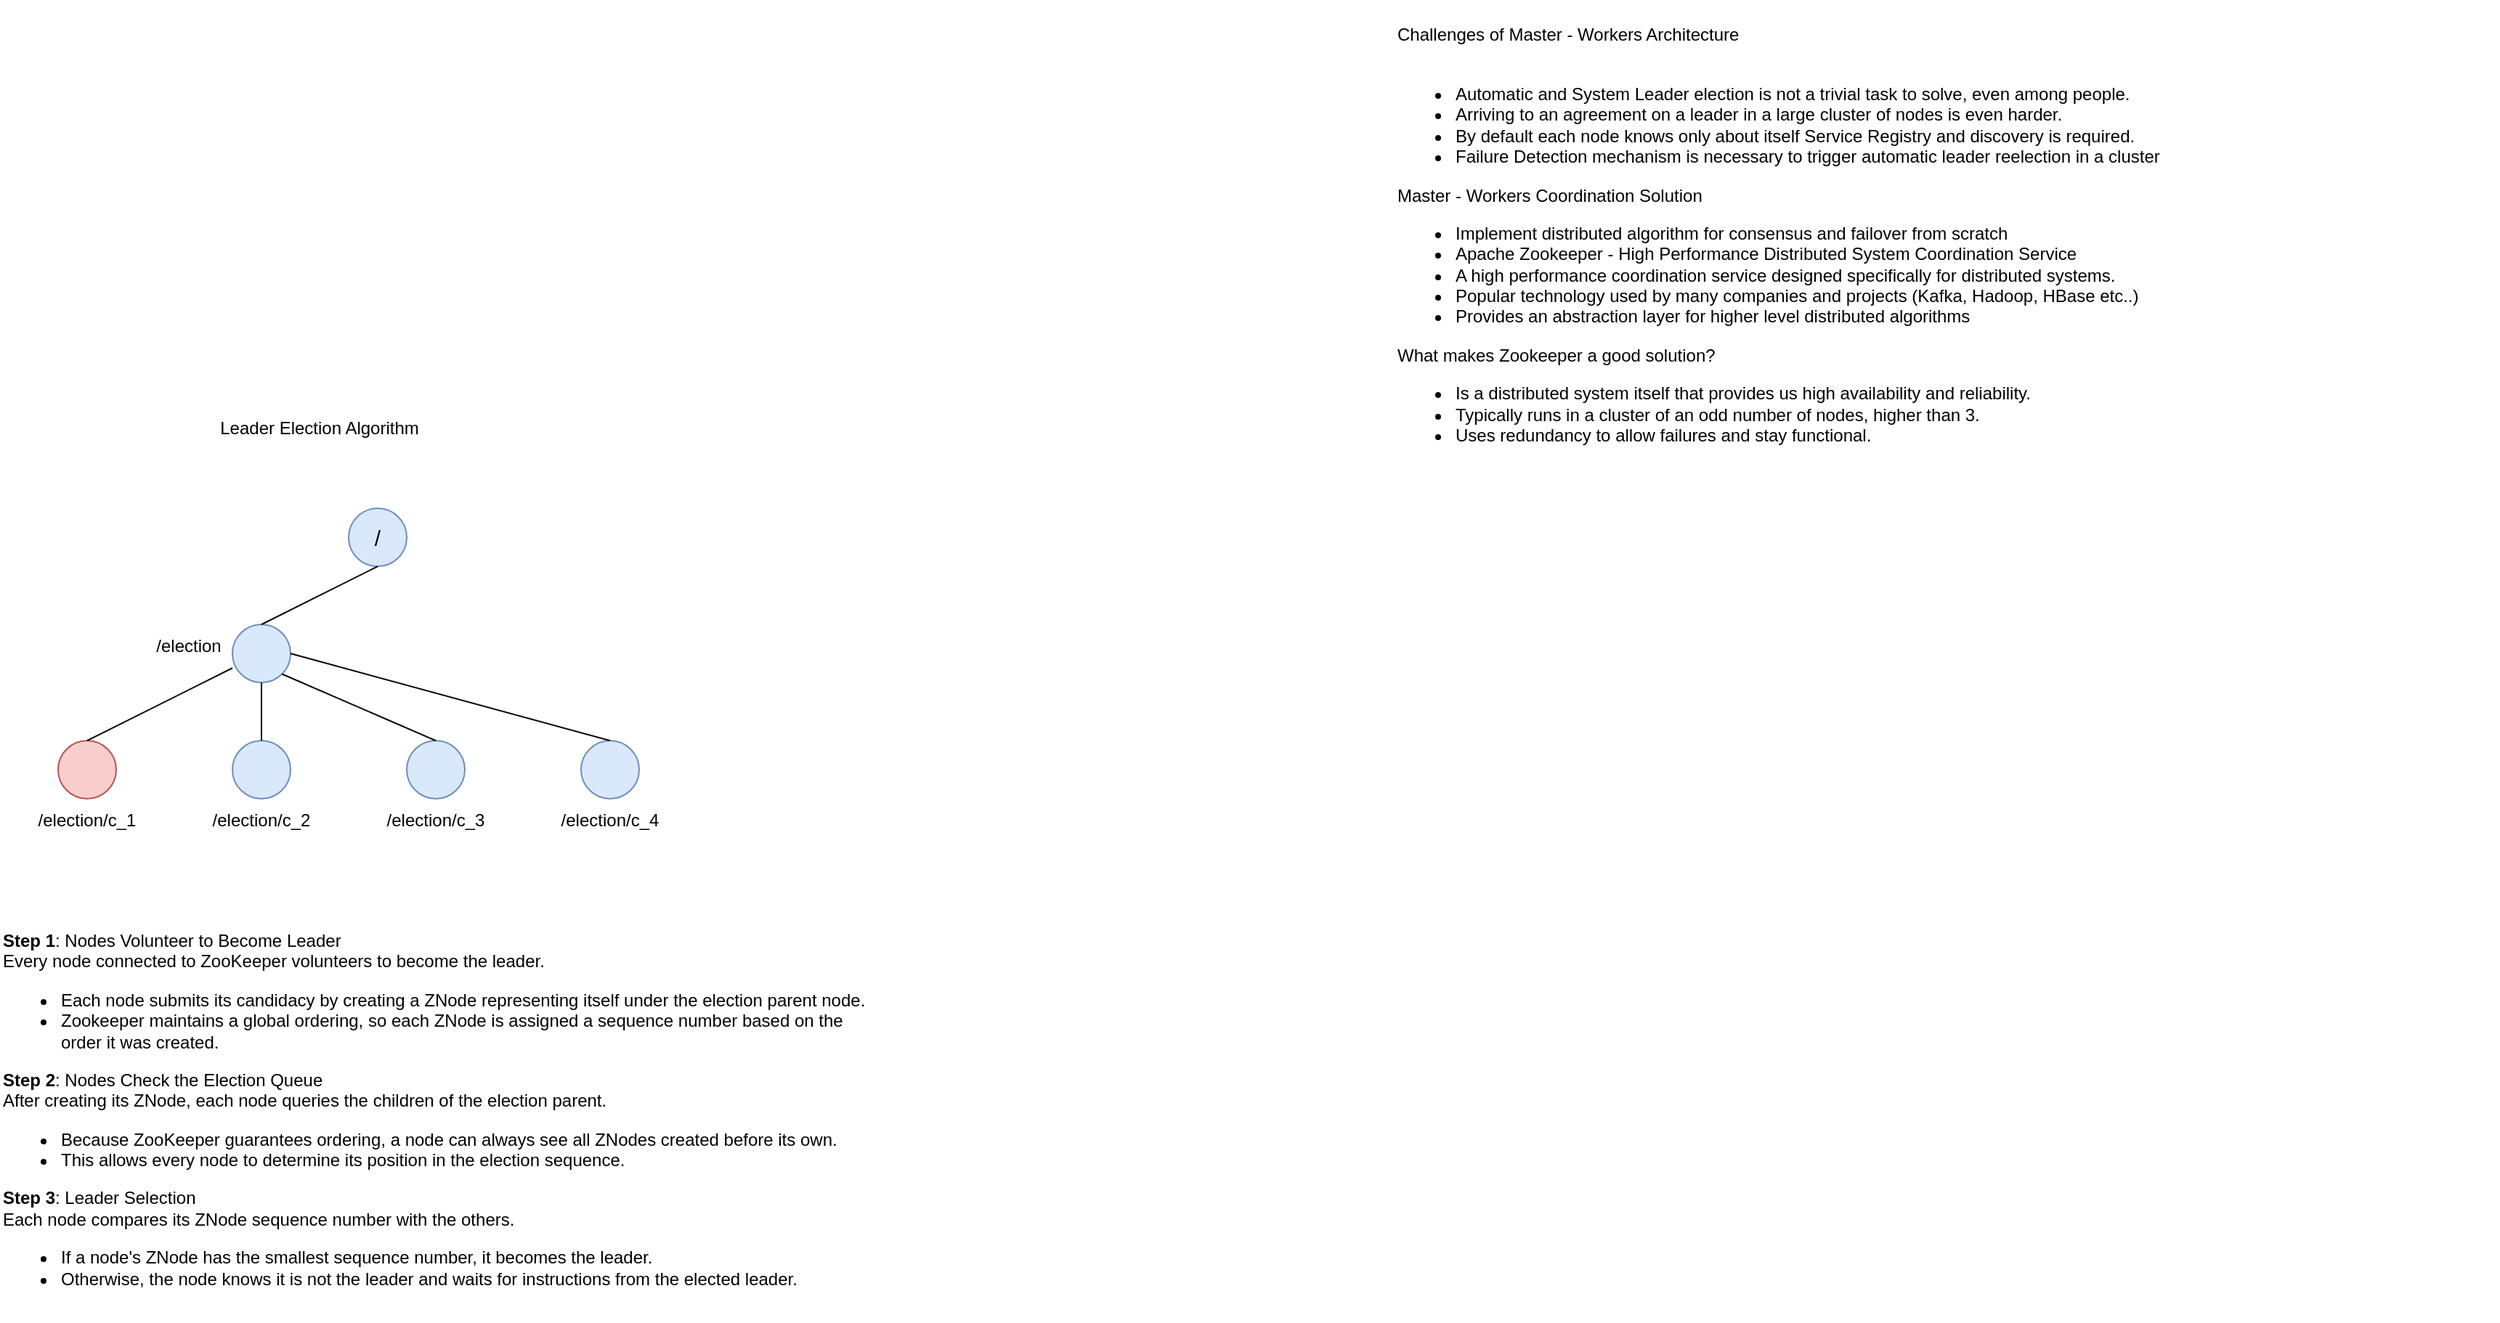
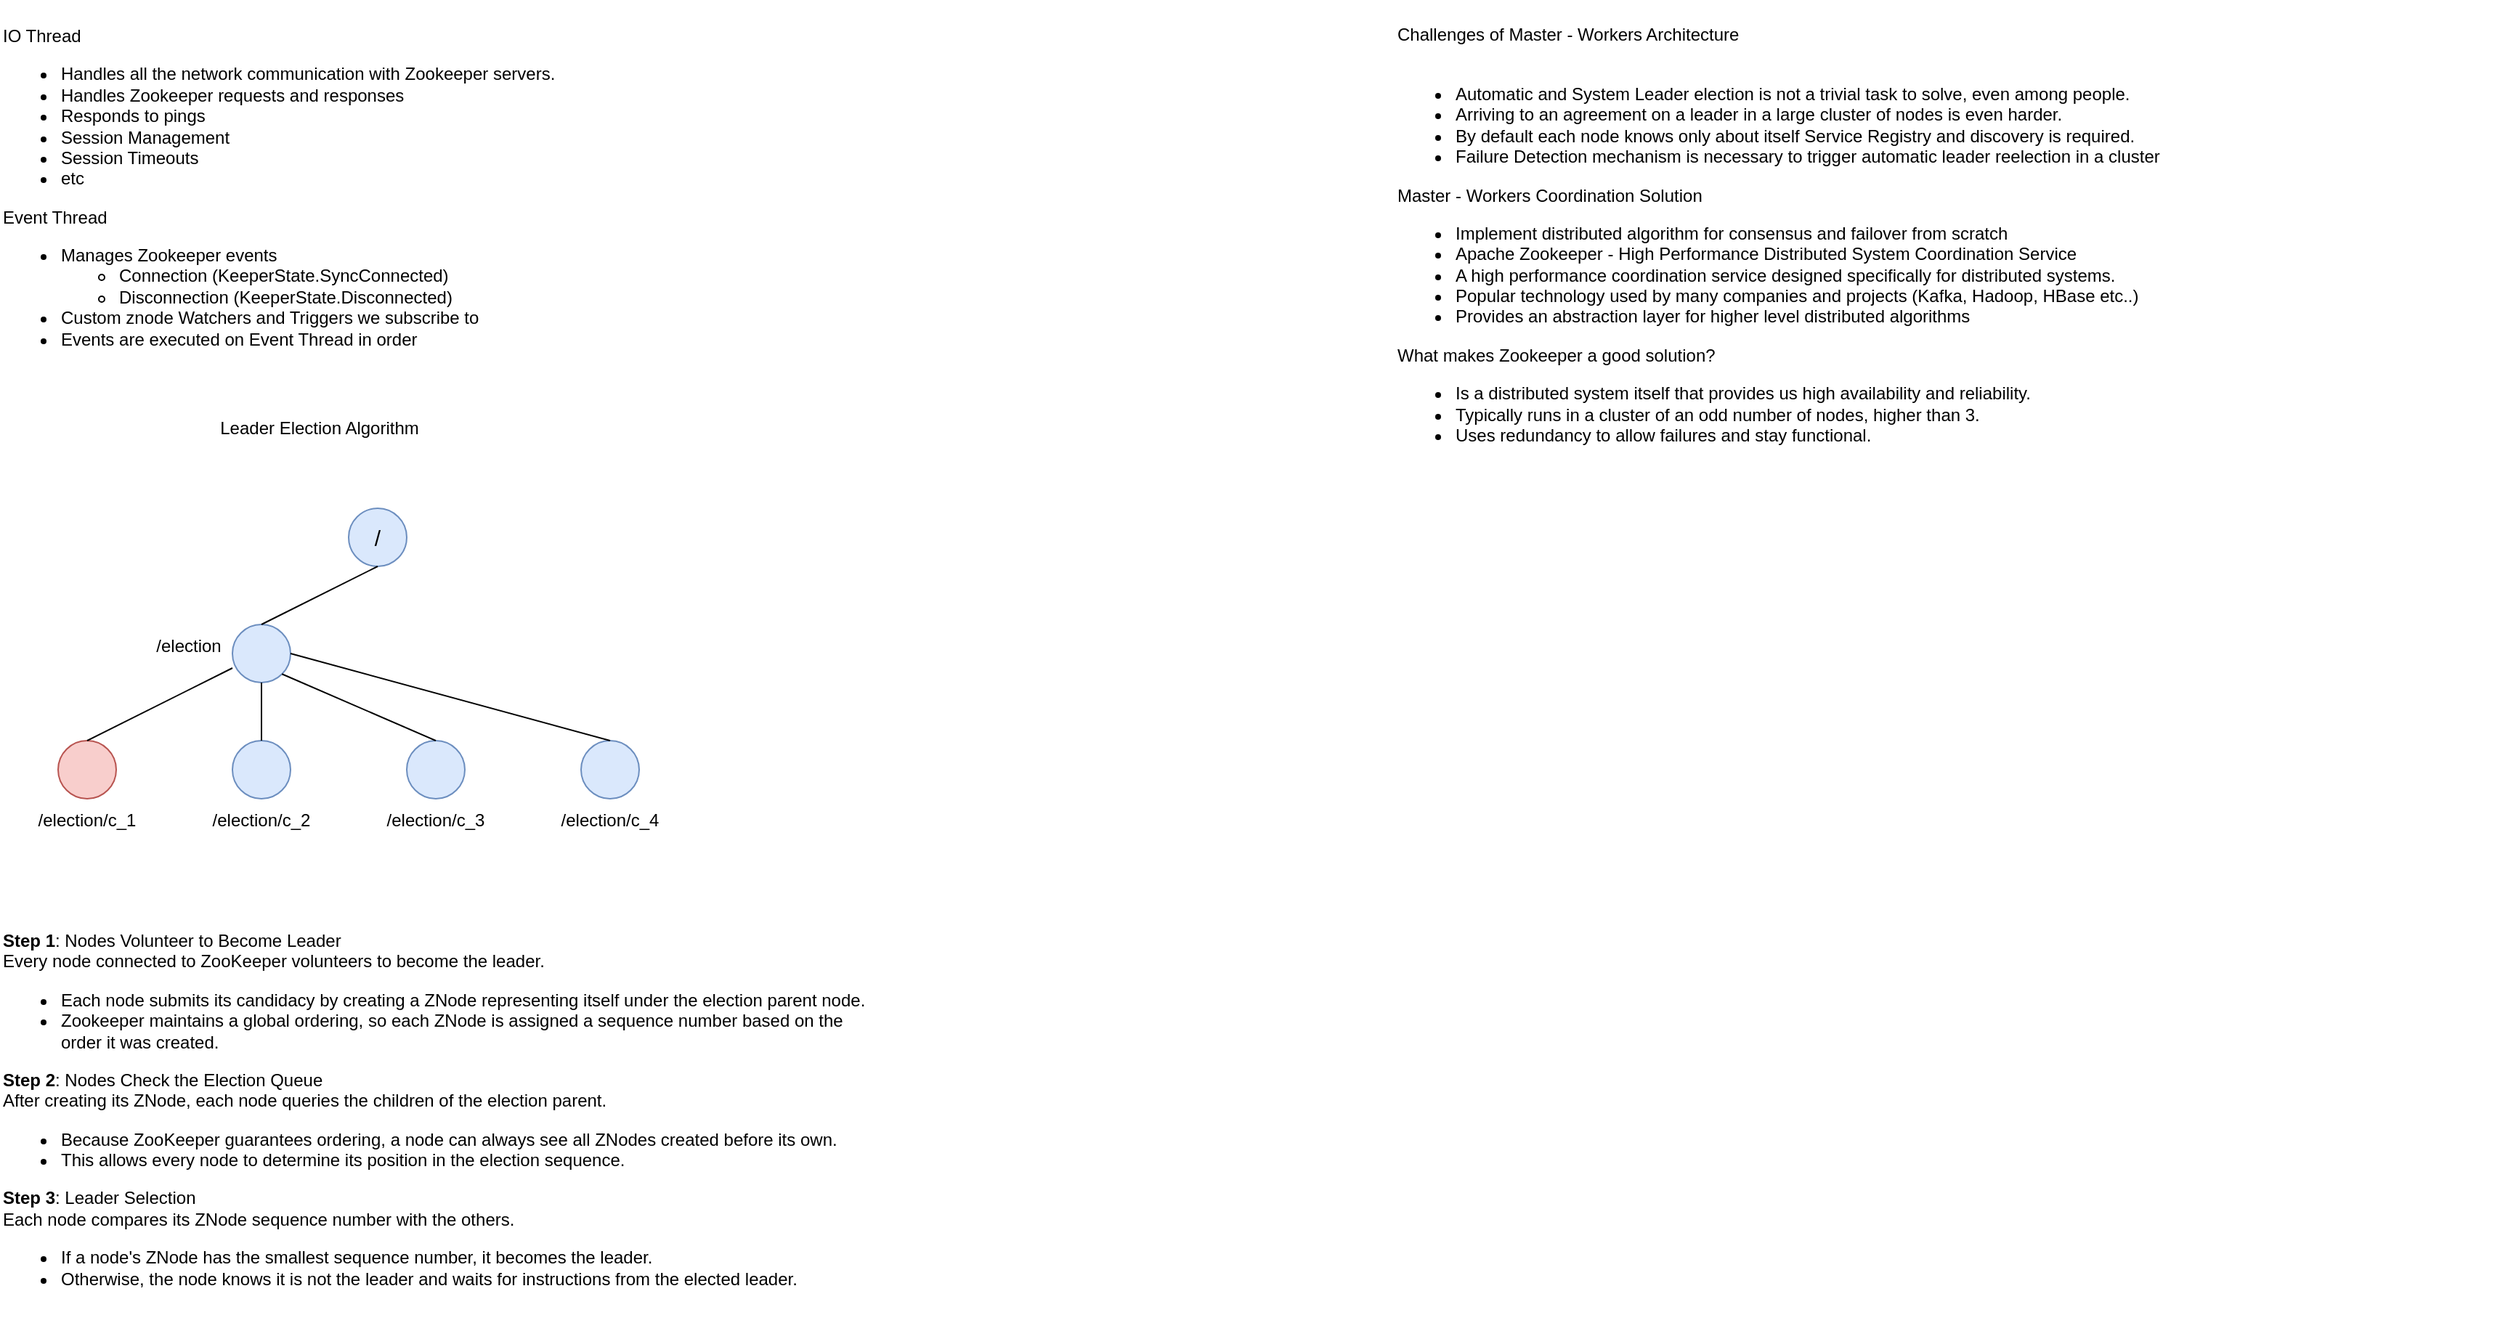
<mxfile host="app.diagrams.net">
  <diagram name="Page-1" id="tO2NQB0IofIboXUTSpVf">
    <mxGraphModel dx="3541" dy="700" grid="1" gridSize="10" guides="1" tooltips="1" connect="1" arrows="1" fold="1" page="1" pageScale="1" pageWidth="850" pageHeight="1100" math="0" shadow="0">
      <root>
        <mxCell id="0" />
        <mxCell id="1" parent="0" />
        <mxCell id="MGsdMgP7l0InPqgAwvWF-1" parent="1" style="text;html=1;whiteSpace=wrap;strokeColor=none;fillColor=none;align=left;verticalAlign=middle;rounded=0;" value="&lt;div&gt;Challenges of Master - Workers Architecture&lt;/div&gt;&lt;div&gt;&lt;br&gt;&lt;/div&gt;&lt;div&gt;&lt;ul&gt;&lt;li&gt;Automatic and System Leader election is not a trivial task to solve, even among people.&lt;/li&gt;&lt;li&gt;Arriving to an agreement on a leader in a large cluster of nodes is even harder.&lt;/li&gt;&lt;li&gt;By default each node knows only about itself Service Registry and discovery is required.&lt;/li&gt;&lt;li&gt;Failure Detection mechanism is necessary to trigger automatic leader reelection in a cluster&lt;/li&gt;&lt;/ul&gt;&lt;div&gt;Master - Workers Coordination Solution&lt;/div&gt;&lt;div&gt;&lt;ul&gt;&lt;li&gt;Implement distributed algorithm for consensus and failover from scratch&lt;/li&gt;&lt;li&gt;Apache Zookeeper - High Performance Distributed System Coordination Service&amp;nbsp;&lt;/li&gt;&lt;li&gt;A high performance coordination service designed specifically for distributed systems.&lt;/li&gt;&lt;li&gt;Popular technology used by many companies and projects (Kafka, Hadoop, HBase etc..)&lt;/li&gt;&lt;li&gt;Provides an abstraction layer for higher level distributed algorithms&lt;/li&gt;&lt;/ul&gt;&lt;div&gt;What makes Zookeeper a good solution?&lt;/div&gt;&lt;div&gt;&lt;ul&gt;&lt;li&gt;Is a distributed system itself that provides us high availability and reliability.&lt;/li&gt;&lt;li&gt;Typically runs in a cluster of an odd number of nodes, higher than 3.&lt;/li&gt;&lt;li&gt;Uses redundancy to allow failures and stay functional.&lt;/li&gt;&lt;/ul&gt;&lt;/div&gt;&lt;/div&gt;&lt;/div&gt;&lt;div&gt;&lt;br&gt;&lt;/div&gt;" vertex="1">
          <mxGeometry height="350" width="760" x="40" y="50" as="geometry" />
        </mxCell>
        <mxCell id="MGsdMgP7l0InPqgAwvWF-2" parent="1" style="ellipse;whiteSpace=wrap;html=1;fillColor=#dae8fc;strokeColor=#6c8ebf;fontSize=15;" value="/" vertex="1">
          <mxGeometry height="40" width="40" x="-680" y="400" as="geometry" />
        </mxCell>
        <mxCell id="MGsdMgP7l0InPqgAwvWF-3" parent="1" style="text;html=1;whiteSpace=wrap;strokeColor=none;fillColor=none;align=center;verticalAlign=middle;rounded=0;" value="Leader Election Algorithm" vertex="1">
          <mxGeometry height="30" width="360" x="-880" y="330" as="geometry" />
        </mxCell>
        <mxCell id="MGsdMgP7l0InPqgAwvWF-5" parent="1" style="ellipse;whiteSpace=wrap;html=1;fillColor=#dae8fc;strokeColor=#6c8ebf;" value="" vertex="1">
          <mxGeometry height="40" width="40" x="-760" y="480" as="geometry" />
        </mxCell>
        <mxCell id="MGsdMgP7l0InPqgAwvWF-8" parent="1" style="text;html=1;whiteSpace=wrap;strokeColor=none;fillColor=none;align=center;verticalAlign=middle;rounded=0;" value="/election" vertex="1">
          <mxGeometry height="30" width="60" x="-820" y="480" as="geometry" />
        </mxCell>
        <mxCell id="MGsdMgP7l0InPqgAwvWF-9" parent="1" style="ellipse;whiteSpace=wrap;html=1;fillColor=#f8cecc;strokeColor=#b85450;" value="" vertex="1">
          <mxGeometry height="40" width="40" x="-880" y="560" as="geometry" />
        </mxCell>
        <mxCell id="MGsdMgP7l0InPqgAwvWF-10" parent="1" style="ellipse;whiteSpace=wrap;html=1;fillColor=#dae8fc;strokeColor=#6c8ebf;" value="" vertex="1">
          <mxGeometry height="40" width="40" x="-760" y="560" as="geometry" />
        </mxCell>
        <mxCell id="MGsdMgP7l0InPqgAwvWF-11" parent="1" style="ellipse;whiteSpace=wrap;html=1;fillColor=#dae8fc;strokeColor=#6c8ebf;" value="" vertex="1">
          <mxGeometry height="40" width="40" x="-640" y="560" as="geometry" />
        </mxCell>
        <mxCell id="MGsdMgP7l0InPqgAwvWF-12" parent="1" style="ellipse;whiteSpace=wrap;html=1;fillColor=#dae8fc;strokeColor=#6c8ebf;" value="" vertex="1">
          <mxGeometry height="40" width="40" x="-520" y="560" as="geometry" />
        </mxCell>
        <mxCell id="MGsdMgP7l0InPqgAwvWF-13" edge="1" parent="1" source="MGsdMgP7l0InPqgAwvWF-9" style="endArrow=none;html=1;rounded=0;exitX=0.5;exitY=0;exitDx=0;exitDy=0;" value="">
          <mxGeometry height="50" relative="1" width="50" as="geometry">
            <mxPoint x="-810" y="560" as="sourcePoint" />
            <mxPoint x="-760" y="510" as="targetPoint" />
          </mxGeometry>
        </mxCell>
        <mxCell id="MGsdMgP7l0InPqgAwvWF-14" edge="1" parent="1" source="MGsdMgP7l0InPqgAwvWF-10" style="endArrow=none;html=1;rounded=0;exitX=0.5;exitY=0;exitDx=0;exitDy=0;entryX=0.5;entryY=1;entryDx=0;entryDy=0;" target="MGsdMgP7l0InPqgAwvWF-5" value="">
          <mxGeometry height="50" relative="1" width="50" as="geometry">
            <mxPoint x="-790" y="570" as="sourcePoint" />
            <mxPoint x="-740" y="520" as="targetPoint" />
          </mxGeometry>
        </mxCell>
        <mxCell id="MGsdMgP7l0InPqgAwvWF-15" edge="1" parent="1" source="MGsdMgP7l0InPqgAwvWF-11" style="endArrow=none;html=1;rounded=0;entryX=1;entryY=1;entryDx=0;entryDy=0;exitX=0.5;exitY=0;exitDx=0;exitDy=0;" target="MGsdMgP7l0InPqgAwvWF-5" value="">
          <mxGeometry height="50" relative="1" width="50" as="geometry">
            <mxPoint x="-700" y="560" as="sourcePoint" />
            <mxPoint x="-650" y="510" as="targetPoint" />
          </mxGeometry>
        </mxCell>
        <mxCell id="MGsdMgP7l0InPqgAwvWF-16" edge="1" parent="1" source="MGsdMgP7l0InPqgAwvWF-12" style="endArrow=none;html=1;rounded=0;entryX=1;entryY=0.5;entryDx=0;entryDy=0;exitX=0.5;exitY=0;exitDx=0;exitDy=0;" target="MGsdMgP7l0InPqgAwvWF-5" value="">
          <mxGeometry height="50" relative="1" width="50" as="geometry">
            <mxPoint x="-610" y="560" as="sourcePoint" />
            <mxPoint x="-560" y="510" as="targetPoint" />
          </mxGeometry>
        </mxCell>
        <mxCell id="MGsdMgP7l0InPqgAwvWF-17" parent="1" style="text;html=1;whiteSpace=wrap;strokeColor=none;fillColor=none;align=center;verticalAlign=middle;rounded=0;" value="/election/c_1" vertex="1">
          <mxGeometry height="30" width="80" x="-900" y="600" as="geometry" />
        </mxCell>
        <mxCell id="MGsdMgP7l0InPqgAwvWF-18" parent="1" style="text;html=1;whiteSpace=wrap;strokeColor=none;fillColor=none;align=center;verticalAlign=middle;rounded=0;" value="/election/c_2" vertex="1">
          <mxGeometry height="30" width="80" x="-780" y="600" as="geometry" />
        </mxCell>
        <mxCell id="MGsdMgP7l0InPqgAwvWF-19" parent="1" style="text;html=1;whiteSpace=wrap;strokeColor=none;fillColor=none;align=center;verticalAlign=middle;rounded=0;" value="/election/c_3" vertex="1">
          <mxGeometry height="30" width="80" x="-660" y="600" as="geometry" />
        </mxCell>
        <mxCell id="MGsdMgP7l0InPqgAwvWF-20" parent="1" style="text;html=1;whiteSpace=wrap;strokeColor=none;fillColor=none;align=center;verticalAlign=middle;rounded=0;" value="/election/c_4" vertex="1">
          <mxGeometry height="30" width="80" x="-540" y="600" as="geometry" />
        </mxCell>
        <mxCell id="MGsdMgP7l0InPqgAwvWF-21" parent="1" style="text;html=1;whiteSpace=wrap;strokeColor=none;fillColor=none;align=left;verticalAlign=middle;rounded=0;" value="&lt;div&gt;&lt;b&gt;Step 1&lt;/b&gt;: Nodes Volunteer to Become Leader&amp;nbsp;&lt;/div&gt;&lt;div&gt;Every node connected to ZooKeeper volunteers to become the leader.&lt;/div&gt;&lt;div&gt;&lt;ul&gt;&lt;li&gt;Each node submits its candidacy by creating a ZNode representing itself under the election parent node.&lt;/li&gt;&lt;li&gt;Zookeeper maintains a global ordering, so each ZNode is assigned a sequence number based on the order it was created.&lt;/li&gt;&lt;/ul&gt;&lt;div&gt;&lt;b&gt;Step 2&lt;/b&gt;: Nodes Check the Election Queue&lt;/div&gt;&lt;div&gt;After creating its ZNode, each node queries the children of the election parent.&lt;/div&gt;&lt;div&gt;&lt;ul&gt;&lt;li&gt;Because ZooKeeper guarantees ordering, a node can always see all ZNodes created before its own.&lt;/li&gt;&lt;li&gt;This allows every node to determine its position in the election sequence.&lt;/li&gt;&lt;/ul&gt;&lt;div&gt;&lt;b&gt;Step 3&lt;/b&gt;: Leader Selection&lt;/div&gt;&lt;div&gt;Each node compares its ZNode sequence number with the others.&lt;/div&gt;&lt;div&gt;&lt;ul&gt;&lt;li&gt;If a node&#39;s ZNode has the smallest sequence number, it becomes the leader.&lt;/li&gt;&lt;li&gt;Otherwise, the node knows it is not the leader and waits for instructions from the elected leader.&lt;/li&gt;&lt;/ul&gt;&lt;/div&gt;&lt;/div&gt;&lt;/div&gt;" vertex="1">
          <mxGeometry height="280" width="600" x="-920" y="680" as="geometry" />
        </mxCell>
        <mxCell id="MGsdMgP7l0InPqgAwvWF-22" edge="1" parent="1" source="MGsdMgP7l0InPqgAwvWF-5" style="endArrow=none;html=1;rounded=0;exitX=0.5;exitY=0;exitDx=0;exitDy=0;" value="">
          <mxGeometry height="50" relative="1" width="50" as="geometry">
            <mxPoint x="-710" y="490" as="sourcePoint" />
            <mxPoint x="-660" y="440" as="targetPoint" />
          </mxGeometry>
        </mxCell>
+         <mxCell id="MGsdMgP7l0InPqgAwvWF-23" parent="1" style="text;html=1;whiteSpace=wrap;strokeColor=none;fillColor=none;align=left;verticalAlign=middle;rounded=0;" value="&lt;div&gt;IO Thread&amp;nbsp;&lt;/div&gt;&lt;div&gt;&lt;ul&gt;&lt;li&gt;Handles all the network communication with Zookeeper servers.&lt;/li&gt;&lt;li&gt;Handles Zookeeper requests and responses&amp;nbsp;&lt;/li&gt;&lt;li&gt;Responds to pings&amp;nbsp;&lt;/li&gt;&lt;li&gt;Session Management&amp;nbsp;&lt;/li&gt;&lt;li&gt;Session Timeouts&amp;nbsp;&lt;/li&gt;&lt;li&gt;etc&amp;nbsp;&lt;/li&gt;&lt;/ul&gt;&lt;div&gt;Event Thread&amp;nbsp;&lt;/div&gt;&lt;div&gt;&lt;ul&gt;&lt;li&gt;Manages Zookeeper events&amp;nbsp;&lt;/li&gt;&lt;ul&gt;&lt;li&gt;Connection (KeeperState.SyncConnected)&lt;/li&gt;&lt;li&gt;Disconnection (KeeperState.Disconnected)&lt;/li&gt;&lt;/ul&gt;&lt;li&gt;Custom znode Watchers and Triggers we subscribe to&amp;nbsp;&lt;/li&gt;&lt;li&gt;Events are executed on Event Thread in order&amp;nbsp;&lt;/li&gt;&lt;/ul&gt;&lt;/div&gt;&lt;/div&gt;" vertex="1">
+           <mxGeometry height="270" width="720" x="-920" y="50" as="geometry" />
+         </mxCell>
      </root>
    </mxGraphModel>
  </diagram>
</mxfile>
